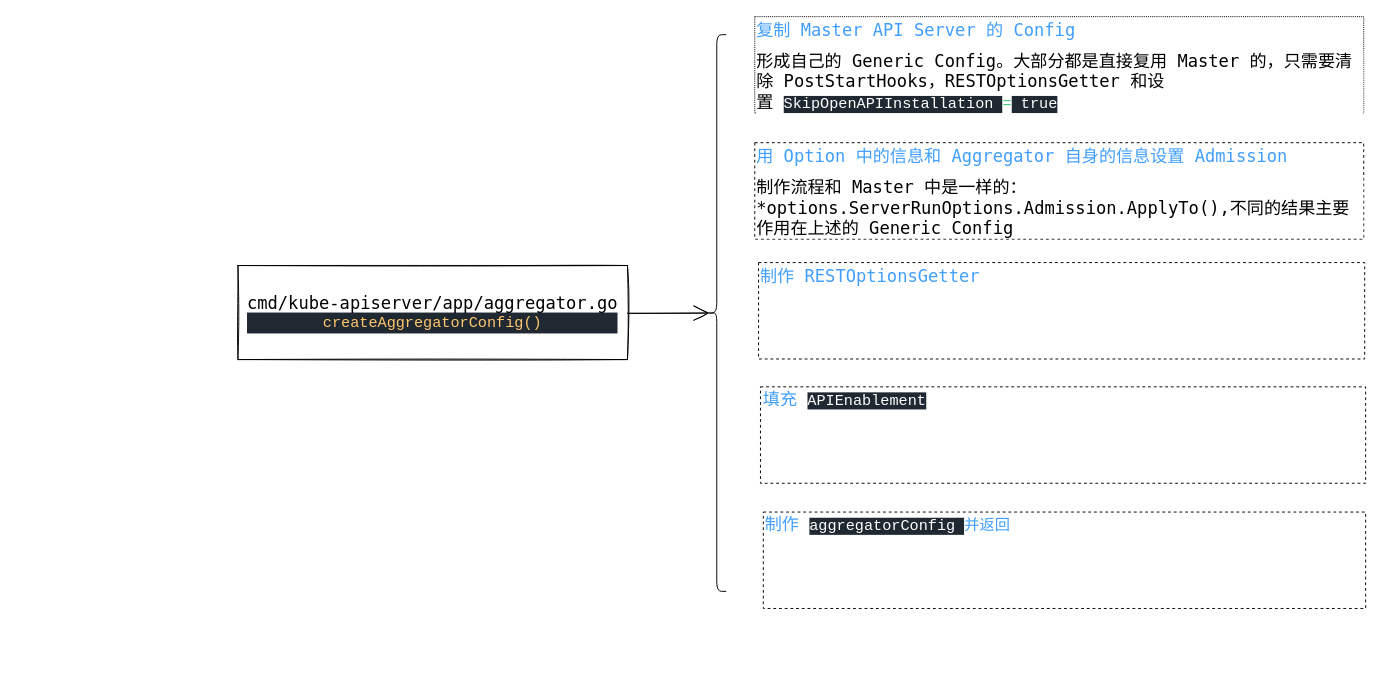
Earlier version of the draw.io diagram k8scl/api-server/aggregator-server-config.drawio (K8SCL/assets-repo). Source tidied: cells renumbered, new cells numbered last; positions are measured from the earlier drawing's top-left corner, leaving out a move shared by most shapes. Both pictures are drawn from the tidied source at 95%, with x=0, y=0 at pixel (238, 16).
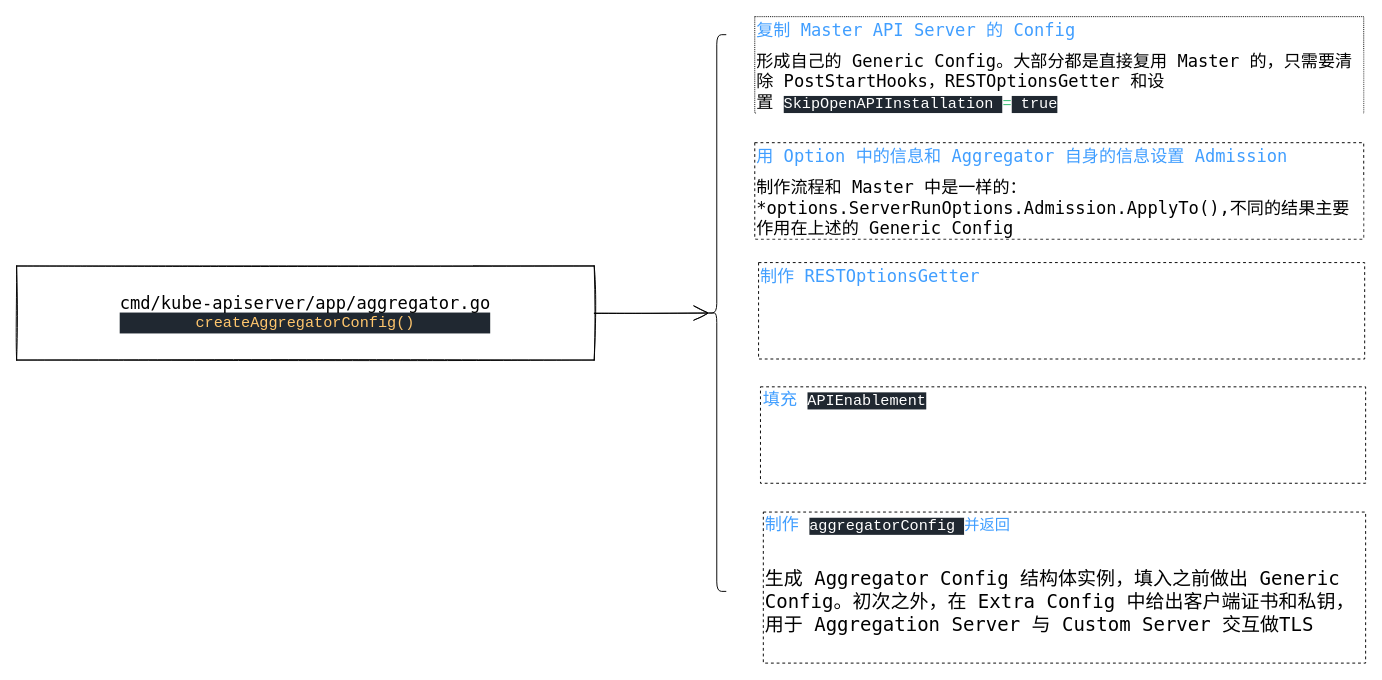
The same page after the edit.

What changed in the source:
```diff
@@
     <mxCell id="2" style="group;dashed=1;strokeColor=none;" parent="1" vertex="1">
-      <mxGeometry x="544" width="643" height="623" as="geometry" />
+      <mxGeometry x="544" width="643" height="680.5" as="geometry" />
     </mxCell>
@@
     <mxCell id="13" style="group;strokeColor=default;dashed=1;spacing=10;" parent="2" vertex="1">
-      <mxGeometry x="9" y="521.5" width="634" height="101.5" as="geometry" />
+      <mxGeometry x="9" y="521.5" width="634" height="159" as="geometry" />
     </mxCell>
@@
+    <mxCell id="18" value="生成 Aggregator Config 结构体实例，填入之前做出 Generic Config。初次之外，在 Extra Config 中给出客户端证书和私钥，用于 Aggregation Server 与 Custom Server 交互做TLS" style="text;strokeColor=none;fillColor=none;html=1;align=left;verticalAlign=middle;whiteSpace=wrap;rounded=0;labelBackgroundColor=#FFFFFF;sketch=1;hachureGap=4;fontFamily=Lucida Console;fontSize=20;fontColor=#000000;" parent="13" vertex="1">
+      <mxGeometry y="36.5" width="633" height="114.5" as="geometry" />
+    </mxCell>
@@
     <mxCell id="17" value="cmd/kube-apiserver/app/aggregator.go&lt;br&gt;&lt;div style=&quot;color: rgb(255 , 255 , 255) ; background-color: rgb(32 , 40 , 49) ; font-family: &amp;#34;jetbrains mono&amp;#34; , &amp;#34;consolas&amp;#34; , &amp;#34;courier new&amp;#34; , monospace ; font-size: 16px ; line-height: 22px&quot;&gt;&lt;span style=&quot;color: #ffc66d&quot;&gt;createAggregatorConfig()&lt;/span&gt;&lt;/div&gt;" style="rounded=0;whiteSpace=wrap;html=1;sketch=1;hachureGap=4;fontFamily=Lucida Console;fontSize=18;" parent="1" vertex="1">
-      <mxGeometry y="262" width="410" height="99" as="geometry" />
+      <mxGeometry x="-233" y="262.5" width="608" height="99" as="geometry" />
     </mxCell>
```
